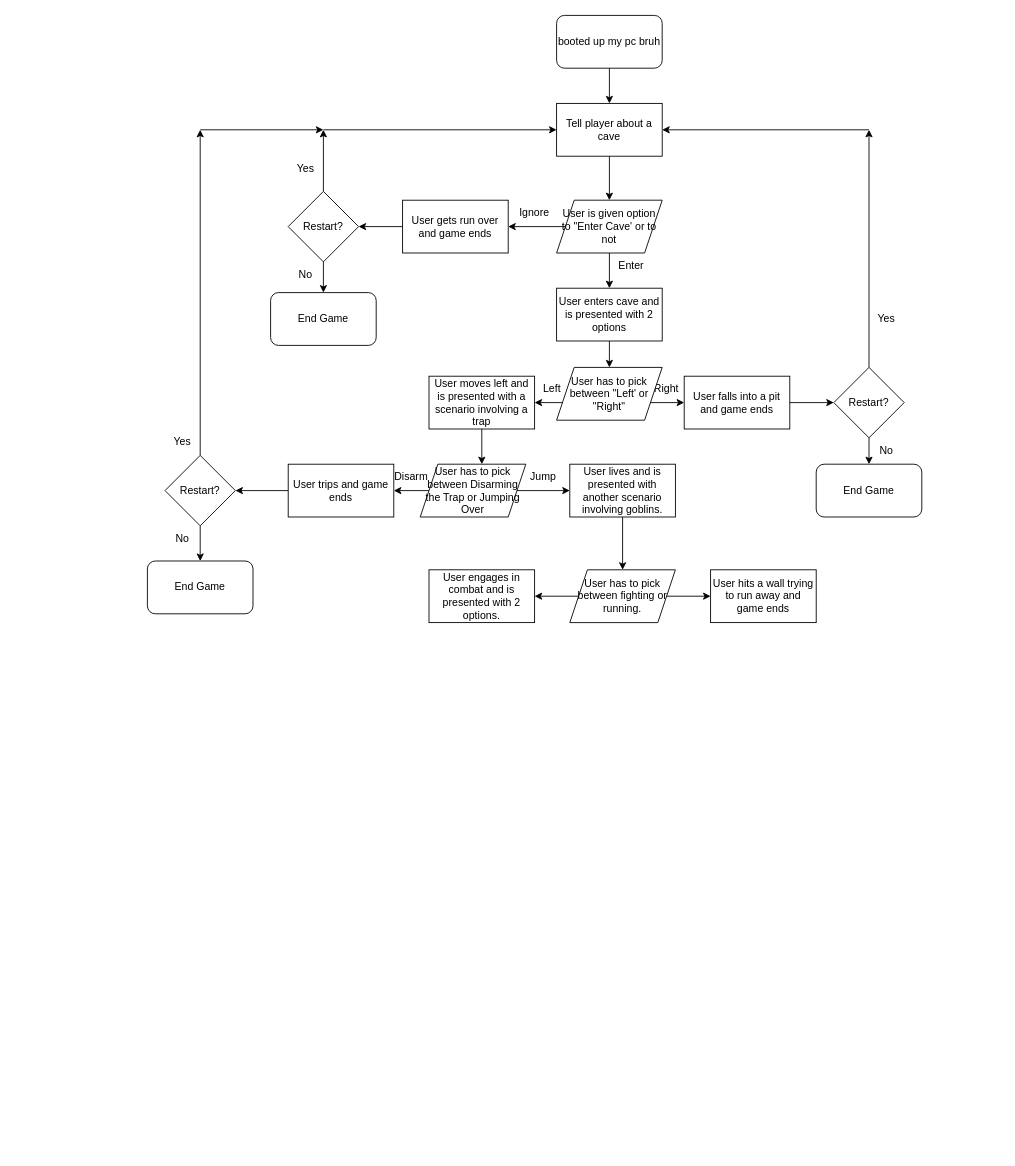
staten-island-tech/api-project-TommyYu1557 keeps this draw.io diagram as Untitled Diagram.drawio. Above is the earlier version. Source tidied: cells renumbered, new cells numbered last; positions are measured from the earlier drawing's top-left corner, leaving out a move shared by most shapes. Both pictures are drawn from the tidied source at 88%, with x=0, y=0 at pixel (147, 15).
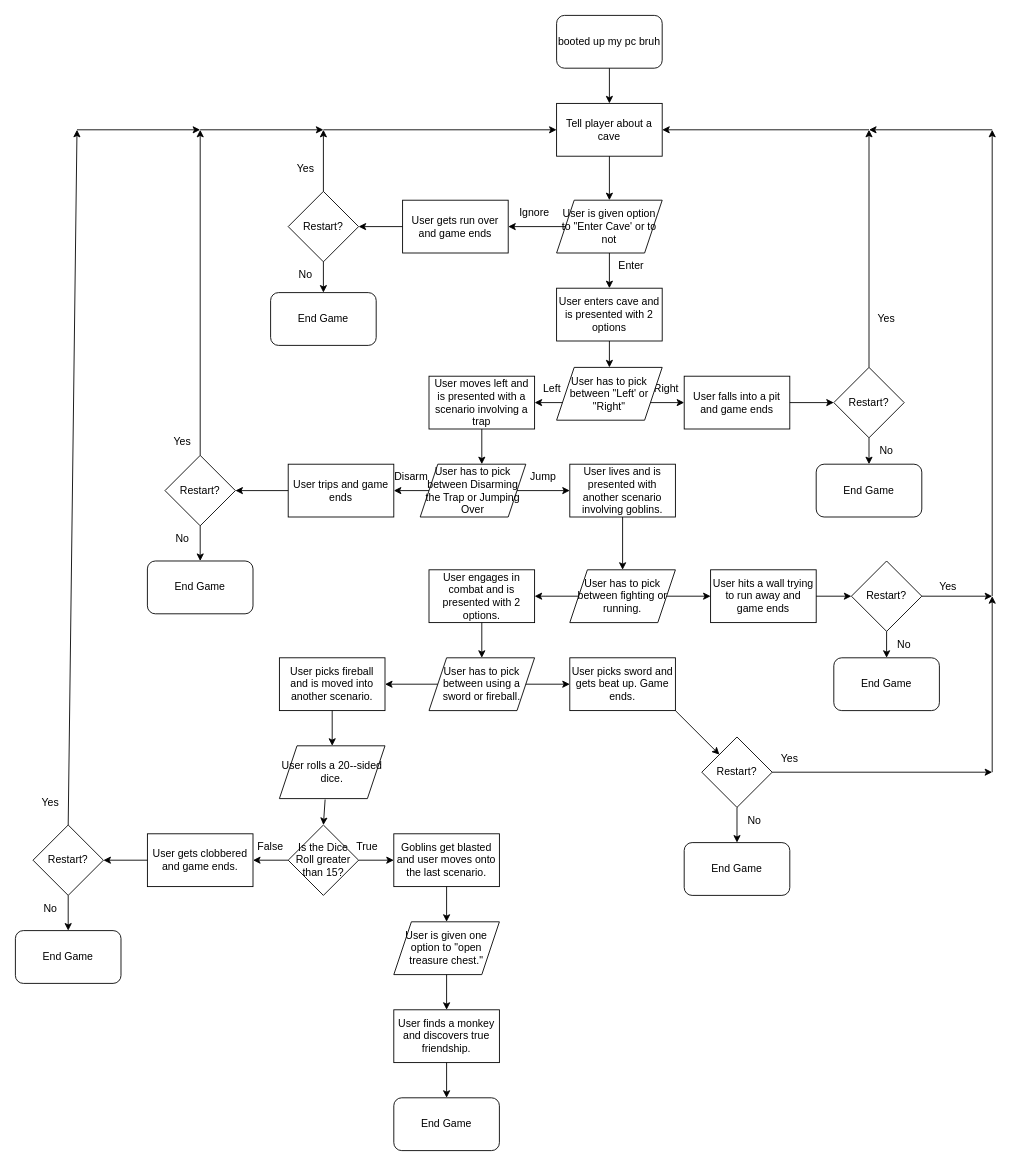
The same diagram, later.

The change refers to these unchanged cells:
```xml
<mxCell id="55" value="User hits a wall trying to run away and game ends" style="rounded=0;whiteSpace=wrap;html=1;fontSize=12;" parent="1" vertex="1">
  <mxGeometry x="640" y="630" width="120" height="60" as="geometry" />
</mxCell>
<mxCell id="56" value="User engages in combat and is presented with 2 options." style="rounded=0;whiteSpace=wrap;html=1;fontSize=12;" parent="1" vertex="1">
  <mxGeometry x="320" y="630" width="120" height="60" as="geometry" />
</mxCell>
```

Change to the diagram source:
```diff
@@
+    <mxCell id="59" style="endArrow=classic;html=1;rounded=0;fontSize=12;exitX=0.5;exitY=1;exitDx=0;exitDy=0;" parent="1" edge="1" source="56">
+      <mxGeometry relative="1" as="geometry">
+        <mxPoint x="380" y="730" as="targetPoint" />
+      </mxGeometry>
+    </mxCell>
+    <mxCell id="60" value="Restart?" style="rhombus;whiteSpace=wrap;html=1;fontSize=12;" parent="1" vertex="1">
+      <mxGeometry x="800" y="620" width="80" height="80" as="geometry" />
+    </mxCell>
+    <mxCell id="61" style="endArrow=classic;html=1;rounded=0;fontSize=12;exitX=1;exitY=0.5;exitDx=0;exitDy=0;entryX=0;entryY=0.5;entryDx=0;entryDy=0;" parent="1" edge="1" source="55" target="60">
+      <mxGeometry relative="1" as="geometry" />
+    </mxCell>
+    <mxCell id="62" value="End Game" style="rounded=1;whiteSpace=wrap;html=1;fontSize=12;" parent="1" vertex="1">
+      <mxGeometry x="780" y="730" width="120" height="60" as="geometry" />
+    </mxCell>
+    <mxCell id="63" style="endArrow=classic;html=1;rounded=0;fontSize=12;exitX=0.5;exitY=1;exitDx=0;exitDy=0;entryX=0.5;entryY=0;entryDx=0;entryDy=0;" parent="1" edge="1" source="60" target="62">
+      <mxGeometry relative="1" as="geometry" />
+    </mxCell>
+    <mxCell id="64" style="endArrow=classic;html=1;rounded=0;fontSize=12;exitX=1;exitY=0.5;exitDx=0;exitDy=0;" parent="1" edge="1" source="60">
+      <mxGeometry relative="1" as="geometry">
+        <mxPoint x="960" y="660" as="targetPoint" />
+      </mxGeometry>
+    </mxCell>
+    <mxCell id="65" style="endArrow=classic;html=1;rounded=0;fontSize=12;" parent="1" edge="1">
+      <mxGeometry relative="1" as="geometry">
+        <mxPoint x="960" y="660" as="sourcePoint" />
+        <mxPoint x="960" y="130" as="targetPoint" />
+      </mxGeometry>
+    </mxCell>
+    <mxCell id="66" style="endArrow=classic;html=1;rounded=0;fontSize=12;" parent="1" edge="1">
+      <mxGeometry relative="1" as="geometry">
+        <mxPoint x="960" y="130" as="sourcePoint" />
+        <mxPoint x="820" y="130" as="targetPoint" />
+      </mxGeometry>
+    </mxCell>
+    <mxCell id="67" value="Yes" style="text;html=1;strokeColor=none;fillColor=none;align=center;verticalAlign=middle;whiteSpace=wrap;rounded=0;fontSize=12;" parent="1" vertex="1">
+      <mxGeometry x="880" y="635" width="60" height="30" as="geometry" />
+    </mxCell>
+    <mxCell id="68" value="No" style="text;html=1;strokeColor=none;fillColor=none;align=center;verticalAlign=middle;whiteSpace=wrap;rounded=0;fontSize=12;" parent="1" vertex="1">
+      <mxGeometry x="830" y="700" width="60" height="30" as="geometry" />
+    </mxCell>
+    <mxCell id="69" value="User has to pick between using a sword or fireball." style="shape=parallelogram;perimeter=parallelogramPerimeter;whiteSpace=wrap;html=1;fixedSize=1;fontSize=12;" parent="1" vertex="1">
+      <mxGeometry x="320" y="730" width="120" height="60" as="geometry" />
+    </mxCell>
+    <mxCell id="70" style="endArrow=classic;html=1;rounded=0;fontSize=12;exitX=0;exitY=0.5;exitDx=0;exitDy=0;" parent="1" edge="1" source="69">
+      <mxGeometry relative="1" as="geometry">
+        <mxPoint x="270" y="760" as="targetPoint" />
+      </mxGeometry>
+    </mxCell>
+    <mxCell id="71" value="User picks fireball and is moved into another scenario." style="rounded=0;whiteSpace=wrap;html=1;fontSize=12;" parent="1" vertex="1">
+      <mxGeometry x="150" y="730" width="120" height="60" as="geometry" />
+    </mxCell>
+    <mxCell id="72" value="User picks sword and gets beat up. Game ends." style="rounded=0;whiteSpace=wrap;html=1;fontSize=12;" parent="1" vertex="1">
+      <mxGeometry x="480" y="730" width="120" height="60" as="geometry" />
+    </mxCell>
+    <mxCell id="73" style="endArrow=classic;html=1;rounded=0;fontSize=12;exitX=1;exitY=0.5;exitDx=0;exitDy=0;entryX=0;entryY=0.5;entryDx=0;entryDy=0;" parent="1" edge="1" source="69" target="72">
+      <mxGeometry relative="1" as="geometry" />
+    </mxCell>
+    <mxCell id="74" value="Restart?" style="rhombus;whiteSpace=wrap;html=1;fontSize=12;" parent="1" vertex="1">
+      <mxGeometry x="630" y="820" width="80" height="80" as="geometry" />
+    </mxCell>
+    <mxCell id="75" style="endArrow=classic;html=1;rounded=0;fontSize=12;exitX=1;exitY=1;exitDx=0;exitDy=0;entryX=0;entryY=0;entryDx=0;entryDy=0;" parent="1" edge="1" source="72" target="74">
+      <mxGeometry relative="1" as="geometry" />
+    </mxCell>
+    <mxCell id="76" value="End Game" style="rounded=1;whiteSpace=wrap;html=1;fontSize=12;" parent="1" vertex="1">
+      <mxGeometry x="610" y="940" width="120" height="60" as="geometry" />
+    </mxCell>
+    <mxCell id="77" style="endArrow=classic;html=1;rounded=0;fontSize=12;exitX=0.5;exitY=1;exitDx=0;exitDy=0;entryX=0.5;entryY=0;entryDx=0;entryDy=0;" parent="1" edge="1" source="74" target="76">
+      <mxGeometry relative="1" as="geometry" />
+    </mxCell>
+    <mxCell id="78" style="endArrow=classic;html=1;rounded=0;fontSize=12;exitX=1;exitY=0.5;exitDx=0;exitDy=0;" parent="1" edge="1" source="74">
+      <mxGeometry relative="1" as="geometry">
+        <mxPoint x="960" y="860" as="targetPoint" />
+      </mxGeometry>
+    </mxCell>
+    <mxCell id="79" style="endArrow=classic;html=1;rounded=0;fontSize=12;" parent="1" edge="1">
+      <mxGeometry relative="1" as="geometry">
+        <mxPoint x="960" y="860" as="sourcePoint" />
+        <mxPoint x="960" y="660" as="targetPoint" />
+      </mxGeometry>
+    </mxCell>
+    <mxCell id="80" value="Yes" style="text;html=1;strokeColor=none;fillColor=none;align=center;verticalAlign=middle;whiteSpace=wrap;rounded=0;fontSize=12;" parent="1" vertex="1">
+      <mxGeometry x="700" y="830" width="60" height="30" as="geometry" />
+    </mxCell>
+    <mxCell id="81" value="No" style="text;html=1;strokeColor=none;fillColor=none;align=center;verticalAlign=middle;whiteSpace=wrap;rounded=0;fontSize=12;" parent="1" vertex="1">
+      <mxGeometry x="660" y="900" width="60" height="30" as="geometry" />
+    </mxCell>
+    <mxCell id="82" value="User rolls a 20--sided dice." style="shape=parallelogram;perimeter=parallelogramPerimeter;whiteSpace=wrap;html=1;fixedSize=1;fontSize=12;" parent="1" vertex="1">
+      <mxGeometry x="150" y="830" width="120" height="60" as="geometry" />
+    </mxCell>
+    <mxCell id="83" style="endArrow=classic;html=1;rounded=0;fontSize=12;exitX=0.5;exitY=1;exitDx=0;exitDy=0;entryX=0.5;entryY=0;entryDx=0;entryDy=0;" parent="1" edge="1" source="71" target="82">
+      <mxGeometry relative="1" as="geometry" />
+    </mxCell>
+    <mxCell id="84" value="Is the Dice Roll greater than 15?" style="rhombus;whiteSpace=wrap;html=1;fontSize=12;" parent="1" vertex="1">
+      <mxGeometry x="160" y="920" width="80" height="80" as="geometry" />
+    </mxCell>
+    <mxCell id="85" value="Goblins get blasted and user moves onto the last scenario." style="rounded=0;whiteSpace=wrap;html=1;fontSize=12;" parent="1" vertex="1">
+      <mxGeometry x="280" y="930" width="120" height="60" as="geometry" />
+    </mxCell>
+    <mxCell id="86" value="User gets clobbered and game ends." style="rounded=0;whiteSpace=wrap;html=1;fontSize=12;" parent="1" vertex="1">
+      <mxGeometry y="930" width="120" height="60" as="geometry" />
+    </mxCell>
+    <mxCell id="87" style="endArrow=classic;html=1;rounded=0;fontSize=12;exitX=0.433;exitY=1.017;exitDx=0;exitDy=0;exitPerimeter=0;entryX=0.5;entryY=0;entryDx=0;entryDy=0;" parent="1" edge="1" source="82" target="84">
+      <mxGeometry relative="1" as="geometry" />
+    </mxCell>
+    <mxCell id="88" style="endArrow=classic;html=1;rounded=0;fontSize=12;exitX=1;exitY=0.5;exitDx=0;exitDy=0;entryX=0;entryY=0.5;entryDx=0;entryDy=0;" parent="1" edge="1" source="84" target="85">
+      <mxGeometry relative="1" as="geometry" />
+    </mxCell>
+    <mxCell id="89" style="endArrow=classic;html=1;rounded=0;fontSize=12;exitX=0;exitY=0.5;exitDx=0;exitDy=0;entryX=1;entryY=0.5;entryDx=0;entryDy=0;" parent="1" edge="1" source="84" target="86">
+      <mxGeometry relative="1" as="geometry" />
+    </mxCell>
+    <mxCell id="90" value="True" style="text;html=1;strokeColor=none;fillColor=none;align=center;verticalAlign=middle;whiteSpace=wrap;rounded=0;fontSize=12;" parent="1" vertex="1">
+      <mxGeometry x="220" y="930" width="60" height="30" as="geometry" />
+    </mxCell>
+    <mxCell id="91" value="False" style="text;html=1;strokeColor=none;fillColor=none;align=center;verticalAlign=middle;whiteSpace=wrap;rounded=0;fontSize=12;" parent="1" vertex="1">
+      <mxGeometry x="110" y="930" width="60" height="30" as="geometry" />
+    </mxCell>
+    <mxCell id="92" value="Restart?" style="rhombus;whiteSpace=wrap;html=1;fontSize=12;" parent="1" vertex="1">
+      <mxGeometry x="-130" y="920" width="80" height="80" as="geometry" />
+    </mxCell>
+    <mxCell id="93" value="End Game" style="rounded=1;whiteSpace=wrap;html=1;fontSize=12;" parent="1" vertex="1">
+      <mxGeometry x="-150" y="1040" width="120" height="60" as="geometry" />
+    </mxCell>
+    <mxCell id="94" style="endArrow=classic;html=1;rounded=0;fontSize=12;exitX=0;exitY=0.5;exitDx=0;exitDy=0;entryX=1;entryY=0.5;entryDx=0;entryDy=0;" parent="1" edge="1" source="86" target="92">
+      <mxGeometry relative="1" as="geometry" />
+    </mxCell>
+    <mxCell id="95" style="endArrow=classic;html=1;rounded=0;fontSize=12;exitX=0.5;exitY=1;exitDx=0;exitDy=0;entryX=0.5;entryY=0;entryDx=0;entryDy=0;" parent="1" edge="1" source="92" target="93">
+      <mxGeometry relative="1" as="geometry" />
+    </mxCell>
+    <mxCell id="96" style="endArrow=classic;html=1;rounded=0;fontSize=12;exitX=0.5;exitY=0;exitDx=0;exitDy=0;" parent="1" edge="1" source="92">
+      <mxGeometry relative="1" as="geometry">
+        <mxPoint x="-80" y="130" as="targetPoint" />
+      </mxGeometry>
+    </mxCell>
+    <mxCell id="97" style="endArrow=classic;html=1;rounded=0;fontSize=12;" parent="1" edge="1">
+      <mxGeometry relative="1" as="geometry">
+        <mxPoint x="-80" y="130" as="sourcePoint" />
+        <mxPoint x="60" y="130" as="targetPoint" />
+      </mxGeometry>
+    </mxCell>
+    <mxCell id="98" value="Yes" style="text;html=1;strokeColor=none;fillColor=none;align=center;verticalAlign=middle;whiteSpace=wrap;rounded=0;fontSize=12;" parent="1" vertex="1">
+      <mxGeometry x="-140" y="880" width="60" height="30" as="geometry" />
+    </mxCell>
+    <mxCell id="99" value="No" style="text;html=1;strokeColor=none;fillColor=none;align=center;verticalAlign=middle;whiteSpace=wrap;rounded=0;fontSize=12;" parent="1" vertex="1">
+      <mxGeometry x="-140" y="1000" width="60" height="30" as="geometry" />
+    </mxCell>
+    <mxCell id="100" value="User is given one option to &quot;open treasure chest.&quot;" style="shape=parallelogram;perimeter=parallelogramPerimeter;whiteSpace=wrap;html=1;fixedSize=1;fontSize=12;" parent="1" vertex="1">
+      <mxGeometry x="280" y="1030" width="120" height="60" as="geometry" />
+    </mxCell>
+    <mxCell id="101" value="User finds a monkey and discovers true friendship." style="rounded=0;whiteSpace=wrap;html=1;fontSize=12;" parent="1" vertex="1">
+      <mxGeometry x="280" y="1130" width="120" height="60" as="geometry" />
+    </mxCell>
+    <mxCell id="102" value="End Game" style="rounded=1;whiteSpace=wrap;html=1;fontSize=12;" parent="1" vertex="1">
+      <mxGeometry x="280" y="1230" width="120" height="60" as="geometry" />
+    </mxCell>
+    <mxCell id="103" style="endArrow=classic;html=1;rounded=0;fontSize=12;exitX=0.5;exitY=1;exitDx=0;exitDy=0;entryX=0.5;entryY=0;entryDx=0;entryDy=0;" parent="1" edge="1" source="85" target="100">
+      <mxGeometry relative="1" as="geometry" />
+    </mxCell>
+    <mxCell id="104" style="endArrow=classic;html=1;rounded=0;fontSize=12;exitX=0.5;exitY=1;exitDx=0;exitDy=0;entryX=0.5;entryY=0;entryDx=0;entryDy=0;" parent="1" edge="1" source="100" target="101">
+      <mxGeometry relative="1" as="geometry" />
+    </mxCell>
+    <mxCell id="105" style="endArrow=classic;html=1;rounded=0;fontSize=12;exitX=0.5;exitY=1;exitDx=0;exitDy=0;entryX=0.5;entryY=0;entryDx=0;entryDy=0;" parent="1" edge="1" source="101" target="102">
+      <mxGeometry relative="1" as="geometry" />
+    </mxCell>
```
